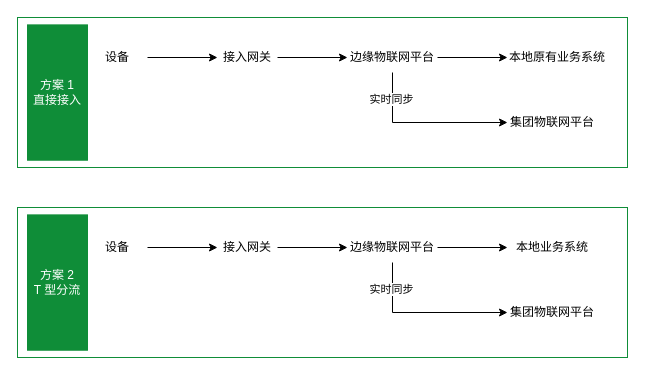
This is 物联网平台数据接入方案.drawio from kerwin58/drawio, a draw.io file, before an edit. Source tidied: cells renumbered, new cells numbered last; positions are measured from the earlier drawing's top-left corner, leaving out a move shared by most shapes. Both pictures are drawn from the tidied source at 100%, with x=0, y=0 at pixel (17, 17).
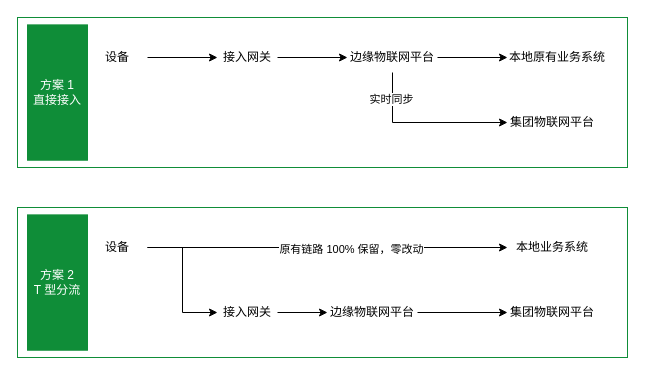
The same diagram, later.

Commit message (it also covers changes not shown here):
更新物联网平台数据接入方案.drawio

The change refers to these unchanged cells:
```xml
<mxCell id="17" value="设备" style="text;html=1;whiteSpace=wrap;strokeColor=none;fillColor=none;align=center;verticalAlign=middle;rounded=0;" parent="1" vertex="1">
  <mxGeometry x="70" y="215" width="60" height="30" as="geometry" />
</mxCell>
<mxCell id="24" value="本地业务系统" style="text;html=1;whiteSpace=wrap;strokeColor=none;fillColor=none;align=center;verticalAlign=middle;rounded=0;" parent="1" vertex="1">
  <mxGeometry x="490" y="215" width="90" height="30" as="geometry" />
</mxCell>
<mxCell id="25" value="集团物联网平台" style="text;html=1;whiteSpace=wrap;strokeColor=none;fillColor=none;align=center;verticalAlign=middle;rounded=0;" parent="1" vertex="1">
  <mxGeometry x="490" y="280" width="90" height="30" as="geometry" />
</mxCell>
```

What changed in the source:
```diff
@@
+    <mxCell id="26" style="edgeStyle=orthogonalEdgeStyle;rounded=0;jettySize=auto;html=1;exitX=1;exitY=0.5;exitDx=0;exitDy=0;entryX=0;entryY=0.5;entryDx=0;entryDy=0;" parent="1" edge="1" source="17" target="24">
+      <mxGeometry relative="1" as="geometry" />
+    </mxCell>
+    <mxCell id="27" value="原有链路 100% 保留，零改动" style="edgeLabel;html=1;align=center;verticalAlign=middle;" parent="26" vertex="1">
+      <mxGeometry x="0.13" y="-1" relative="1" as="geometry" />
+    </mxCell>
@@
     <mxCell id="19" value="接入网关" style="text;html=1;whiteSpace=wrap;strokeColor=none;fillColor=none;align=center;verticalAlign=middle;rounded=0;" parent="1" vertex="1">
-      <mxGeometry x="200" y="215" width="60" height="30" as="geometry" />
+      <mxGeometry x="200" y="280" width="60" height="30" as="geometry" />
     </mxCell>
-    <mxCell id="20" style="edgeStyle=orthogonalEdgeStyle;rounded=0;jettySize=auto;html=1;entryX=0;entryY=0.5;entryDx=0;entryDy=0;" parent="1" edge="1" source="23" target="24">
-      <mxGeometry relative="1" as="geometry" />
-    </mxCell>
-    <mxCell id="21" style="edgeStyle=orthogonalEdgeStyle;rounded=0;jettySize=auto;html=1;entryX=0;entryY=0.5;entryDx=0;entryDy=0;exitX=0.5;exitY=1;exitDx=0;exitDy=0;" parent="1" edge="1" source="23" target="25">
+    <mxCell id="21" style="edgeStyle=orthogonalEdgeStyle;rounded=0;jettySize=auto;html=1;entryX=0;entryY=0.5;entryDx=0;entryDy=0;exitX=1;exitY=0.5;exitDx=0;exitDy=0;" parent="1" edge="1" source="23" target="25">
       <mxGeometry relative="1" as="geometry" />
     </mxCell>
-    <mxCell id="22" value="实时同步" style="edgeLabel;html=1;align=center;verticalAlign=middle;" parent="21" vertex="1">
-      <mxGeometry x="-0.69" y="-2" relative="1" as="geometry" />
-    </mxCell>
     <mxCell id="23" value="边缘物联网平台" style="text;html=1;whiteSpace=wrap;strokeColor=none;fillColor=none;align=center;verticalAlign=middle;rounded=0;" parent="1" vertex="1">
-      <mxGeometry x="330" y="215" width="90" height="30" as="geometry" />
+      <mxGeometry x="310" y="280" width="90" height="30" as="geometry" />
     </mxCell>
```
